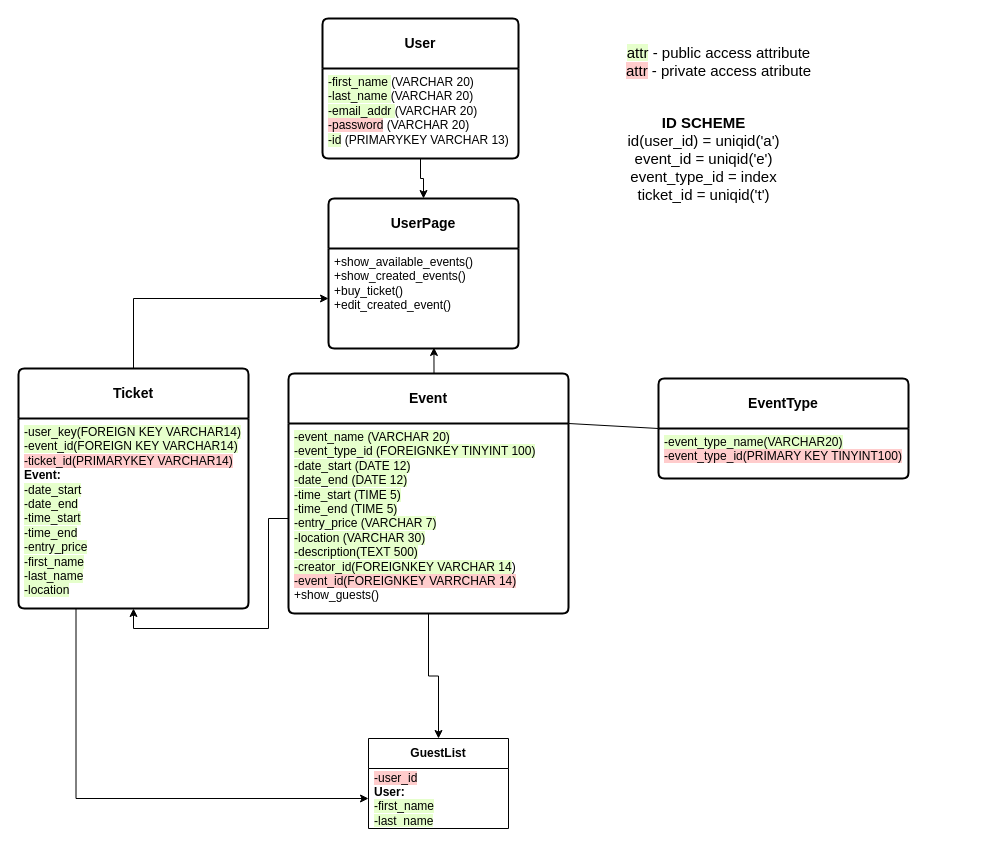
This is Class diagram(EventManager).drawio from DanMustDie/EventManager, a draw.io file, before an edit. Source tidied: cells renumbered, new cells numbered last; positions are measured from the earlier drawing's top-left corner, leaving out a move shared by most shapes. Both pictures are drawn from the tidied source at 100%, with x=0, y=0 at pixel (18, 18).
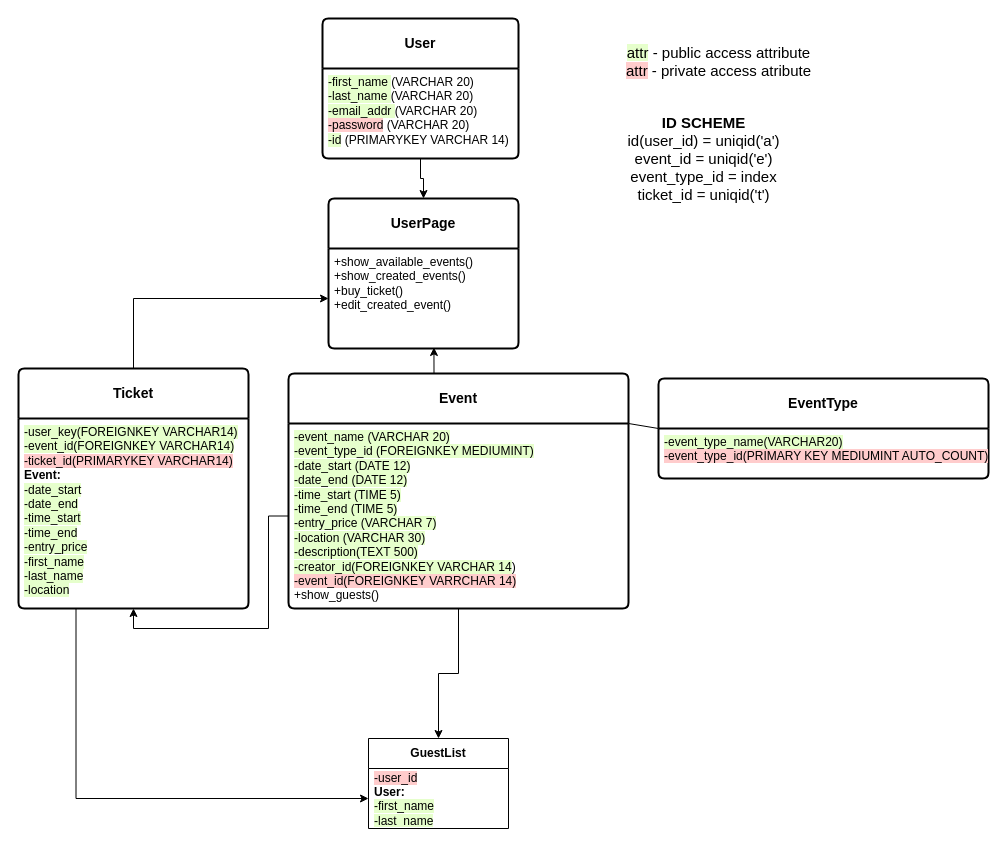
The same diagram, later.

Commit message (it also covers changes not shown here):
working event creator

Unchanged cells that the change refers to:
```xml
<mxCell id="5" value="&lt;b&gt;User&lt;/b&gt;" style="swimlane;horizontal=1;startSize=50;rounded=1;fontSize=14;fontStyle=0;strokeWidth=2;shadow=0;dashed=0;align=center;arcSize=4;whiteSpace=wrap;html=1;" parent="1" vertex="1">
  <mxGeometry x="304" width="196" height="140" as="geometry" />
</mxCell>
<mxCell id="11" value="&lt;b&gt;Ticket&lt;/b&gt;" style="swimlane;horizontal=1;startSize=50;rounded=1;fontSize=14;fontStyle=0;strokeWidth=2;shadow=0;dashed=0;align=center;arcSize=4;whiteSpace=wrap;html=1;" parent="1" vertex="1">
  <mxGeometry y="350" width="230" height="240" as="geometry" />
</mxCell>
```

What changed in the source:
```diff
@@
     <mxCell id="2" value="&lt;b&gt;Event&lt;/b&gt;" style="swimlane;horizontal=1;startSize=50;rounded=1;fontSize=14;fontStyle=0;strokeWidth=2;shadow=0;dashed=0;align=center;arcSize=4;whiteSpace=wrap;html=1;" parent="1" vertex="1">
-      <mxGeometry x="270" y="355" width="280" height="240" as="geometry" />
+      <mxGeometry x="270" y="355" width="340" height="235" as="geometry" />
     </mxCell>
-    <mxCell id="3" value="&lt;span style=&quot;background-color: rgb(230, 255, 204);&quot;&gt;-event_name (VARCHAR 20)&lt;/span&gt;&lt;div&gt;&lt;span style=&quot;background-color: rgb(230, 255, 204);&quot;&gt;-event_type_id&amp;nbsp;(FOREIGNKEY TINYINT 100)&lt;/span&gt;&lt;/div&gt;&lt;div&gt;&lt;span style=&quot;background-color: rgb(230, 255, 204);&quot;&gt;-date_start (DATE 12)&lt;/span&gt;&lt;/div&gt;&lt;div&gt;&lt;span style=&quot;background-color: rgb(230, 255, 204);&quot;&gt;-date_end (DATE 12)&lt;/span&gt;&lt;/div&gt;&lt;div&gt;&lt;span style=&quot;background-color: rgb(230, 255, 204);&quot;&gt;-time_start (TIME 5)&lt;/span&gt;&lt;/div&gt;&lt;div&gt;&lt;span style=&quot;background-color: rgb(230, 255, 204);&quot;&gt;-time_end (TIME 5)&lt;/span&gt;&lt;/div&gt;&lt;div&gt;&lt;span style=&quot;background-color: rgb(230, 255, 204);&quot;&gt;-entry_price (VARCHAR 7)&lt;/span&gt;&lt;/div&gt;&lt;div&gt;&lt;span style=&quot;background-color: rgb(230, 255, 204);&quot;&gt;-location (VARCHAR 30)&lt;/span&gt;&lt;/div&gt;&lt;div&gt;&lt;span style=&quot;background-color: rgb(230, 255, 204);&quot;&gt;-description(TEXT 500)&lt;/span&gt;&lt;/div&gt;&lt;div&gt;&lt;span style=&quot;background-color: rgb(230, 255, 204);&quot;&gt;-creator_id(FOREIGNKEY VARCHAR 14&lt;/span&gt;)&lt;/div&gt;&lt;div&gt;&lt;span style=&quot;background-color: rgb(255, 204, 204);&quot;&gt;-event_id(FOREIGNKEY VARRCHAR 14)&lt;/span&gt;&lt;/div&gt;&lt;div&gt;+show_guests()&lt;/div&gt;&lt;div&gt;&lt;br&gt;&lt;/div&gt;" style="align=left;strokeColor=none;fillColor=none;spacingLeft=4;fontSize=12;verticalAlign=top;html=1;" parent="2" vertex="1">
-      <mxGeometry y="50" width="280" height="190" as="geometry" />
+    <mxCell id="3" value="&lt;span style=&quot;background-color: rgb(230, 255, 204);&quot;&gt;-event_name (VARCHAR 20)&lt;/span&gt;&lt;div&gt;&lt;span style=&quot;background-color: rgb(230, 255, 204);&quot;&gt;-event_type_id&amp;nbsp;(FOREIGNKEY MEDIUMINT)&lt;/span&gt;&lt;/div&gt;&lt;div&gt;&lt;span style=&quot;background-color: rgb(230, 255, 204);&quot;&gt;-date_start (DATE 12)&lt;/span&gt;&lt;/div&gt;&lt;div&gt;&lt;span style=&quot;background-color: rgb(230, 255, 204);&quot;&gt;-date_end (DATE 12)&lt;/span&gt;&lt;/div&gt;&lt;div&gt;&lt;span style=&quot;background-color: rgb(230, 255, 204);&quot;&gt;-time_start (TIME 5)&lt;/span&gt;&lt;/div&gt;&lt;div&gt;&lt;span style=&quot;background-color: rgb(230, 255, 204);&quot;&gt;-time_end (TIME 5)&lt;/span&gt;&lt;/div&gt;&lt;div&gt;&lt;span style=&quot;background-color: rgb(230, 255, 204);&quot;&gt;-entry_price (VARCHAR 7)&lt;/span&gt;&lt;/div&gt;&lt;div&gt;&lt;span style=&quot;background-color: rgb(230, 255, 204);&quot;&gt;-location (VARCHAR 30)&lt;/span&gt;&lt;/div&gt;&lt;div&gt;&lt;span style=&quot;background-color: rgb(230, 255, 204);&quot;&gt;-description(TEXT 500)&lt;/span&gt;&lt;/div&gt;&lt;div&gt;&lt;span style=&quot;background-color: rgb(230, 255, 204);&quot;&gt;-creator_id(FOREIGNKEY VARCHAR 14&lt;/span&gt;)&lt;/div&gt;&lt;div&gt;&lt;span style=&quot;background-color: rgb(255, 204, 204);&quot;&gt;-event_id(FOREIGNKEY VARRCHAR 14)&lt;/span&gt;&lt;/div&gt;&lt;div&gt;+show_guests()&lt;/div&gt;&lt;div&gt;&lt;br&gt;&lt;/div&gt;" style="align=left;strokeColor=none;fillColor=none;spacingLeft=4;fontSize=12;verticalAlign=top;html=1;" parent="2" vertex="1">
+      <mxGeometry y="50" width="340" height="185" as="geometry" />
     </mxCell>
-    <mxCell id="4" style="ellipse;whiteSpace=wrap;html=1;" parent="2" vertex="1">
-      <mxGeometry y="240" width="280" as="geometry" />
-    </mxCell>
@@
-    <mxCell id="6" value="&lt;span style=&quot;background-color: rgb(230, 255, 204);&quot;&gt;-first_name &lt;/span&gt;&lt;span style=&quot;background-color: rgb(255, 255, 255);&quot;&gt;(VARCHAR 20)&lt;/span&gt;&lt;div&gt;&lt;span style=&quot;background-color: rgb(230, 255, 204);&quot;&gt;-last_name &lt;/span&gt;&lt;span style=&quot;background-color: rgb(255, 255, 255);&quot;&gt;(VARCHAR 20)&lt;/span&gt;&lt;/div&gt;&lt;div&gt;&lt;span style=&quot;background-color: rgb(230, 255, 204);&quot;&gt;-email_addr &lt;/span&gt;&lt;span style=&quot;background-color: rgb(255, 255, 255);&quot;&gt;(VARCHAR 20)&lt;/span&gt;&lt;div&gt;&lt;span style=&quot;background-color: rgb(255, 204, 204);&quot;&gt;-password&lt;/span&gt;&lt;span style=&quot;background-color: rgb(255, 255, 255);&quot;&gt; (VARCHAR 20)&lt;/span&gt;&lt;/div&gt;&lt;div&gt;&lt;span style=&quot;background-color: rgb(230, 255, 204);&quot;&gt;-id&lt;/span&gt;&lt;span style=&quot;background-color: rgb(255, 255, 255);&quot;&gt;&amp;nbsp;(PRIMARYKEY VARCHAR 13)&lt;/span&gt;&lt;br&gt;&lt;/div&gt;&lt;/div&gt;" style="align=left;strokeColor=none;fillColor=none;spacingLeft=4;fontSize=12;verticalAlign=top;html=1;" parent="5" vertex="1">
+    <mxCell id="6" value="&lt;span style=&quot;background-color: rgb(230, 255, 204);&quot;&gt;-first_name &lt;/span&gt;&lt;span style=&quot;background-color: rgb(255, 255, 255);&quot;&gt;(VARCHAR 20)&lt;/span&gt;&lt;div&gt;&lt;span style=&quot;background-color: rgb(230, 255, 204);&quot;&gt;-last_name &lt;/span&gt;&lt;span style=&quot;background-color: rgb(255, 255, 255);&quot;&gt;(VARCHAR 20)&lt;/span&gt;&lt;/div&gt;&lt;div&gt;&lt;span style=&quot;background-color: rgb(230, 255, 204);&quot;&gt;-email_addr &lt;/span&gt;&lt;span style=&quot;background-color: rgb(255, 255, 255);&quot;&gt;(VARCHAR 20)&lt;/span&gt;&lt;div&gt;&lt;span style=&quot;background-color: rgb(255, 204, 204);&quot;&gt;-password&lt;/span&gt;&lt;span style=&quot;background-color: rgb(255, 255, 255);&quot;&gt; (VARCHAR 20)&lt;/span&gt;&lt;/div&gt;&lt;div&gt;&lt;span style=&quot;background-color: rgb(230, 255, 204);&quot;&gt;-id&lt;/span&gt;&lt;span style=&quot;background-color: rgb(255, 255, 255);&quot;&gt;&amp;nbsp;(PRIMARYKEY VARCHAR 14&lt;/span&gt;&lt;span style=&quot;background-color: rgb(255, 255, 255);&quot;&gt;)&lt;/span&gt;&lt;/div&gt;&lt;/div&gt;" style="align=left;strokeColor=none;fillColor=none;spacingLeft=4;fontSize=12;verticalAlign=top;html=1;" parent="5" vertex="1">
       <mxGeometry y="50" width="196" height="90" as="geometry" />
     </mxCell>
     <mxCell id="7" value="&lt;b&gt;EventType&lt;/b&gt;" style="swimlane;horizontal=1;startSize=50;rounded=1;fontSize=14;fontStyle=0;strokeWidth=2;shadow=0;dashed=0;align=center;arcSize=4;whiteSpace=wrap;html=1;" parent="1" vertex="1">
-      <mxGeometry x="640" y="360" width="250" height="100" as="geometry" />
+      <mxGeometry x="640" y="360" width="330" height="100" as="geometry" />
     </mxCell>
-    <mxCell id="8" value="&lt;span style=&quot;background-color: rgb(230, 255, 204);&quot;&gt;-event_type_name(VARCHAR20)&lt;/span&gt;&lt;div&gt;&lt;span style=&quot;background-color: rgb(255, 204, 204);&quot;&gt;-event_type_id(PRIMARY KEY TINYINT100)&lt;/span&gt;&lt;/div&gt;" style="align=left;strokeColor=none;fillColor=none;spacingLeft=4;fontSize=12;verticalAlign=top;html=1;" parent="7" vertex="1">
-      <mxGeometry y="50" width="250" height="50" as="geometry" />
+    <mxCell id="8" value="&lt;span style=&quot;background-color: rgb(230, 255, 204);&quot;&gt;-event_type_name(VARCHAR20)&lt;/span&gt;&lt;div&gt;&lt;span style=&quot;background-color: rgb(255, 204, 204);&quot;&gt;-event_type_id(PRIMARY KEY MEDIUMINT AUTO_COUNT)&lt;/span&gt;&lt;/div&gt;" style="align=left;strokeColor=none;fillColor=none;spacingLeft=4;fontSize=12;verticalAlign=top;html=1;" parent="7" vertex="1">
+      <mxGeometry y="50" width="330" height="50" as="geometry" />
     </mxCell>
@@
-    <mxCell id="12" value="&lt;div&gt;&lt;span style=&quot;background-color: rgb(230, 255, 204);&quot;&gt;-user_key(FOREIGN KEY VARCHAR14)&lt;/span&gt;&lt;/div&gt;&lt;div&gt;&lt;span style=&quot;background-color: rgb(230, 255, 204);&quot;&gt;-event_id(FOREIGN KEY VARCHAR14)&lt;/span&gt;&lt;/div&gt;&lt;div&gt;&lt;span style=&quot;background-color: rgb(255, 204, 204);&quot;&gt;-ticket_id(PRIMARYKEY VARCHAR14)&lt;/span&gt;&lt;/div&gt;&lt;div&gt;&lt;span style=&quot;background-color: rgb(255, 255, 255);&quot;&gt;&lt;b&gt;Event:&lt;/b&gt;&lt;/span&gt;&lt;/div&gt;&lt;div&gt;&lt;span style=&quot;background-color: rgb(230, 255, 204);&quot;&gt;-date_start&lt;/span&gt;&lt;/div&gt;&lt;div&gt;&lt;span style=&quot;background-color: rgb(230, 255, 204);&quot;&gt;-date_end&lt;/span&gt;&lt;/div&gt;&lt;div&gt;&lt;span style=&quot;background-color: rgb(230, 255, 204);&quot;&gt;-time_start&lt;/span&gt;&lt;/div&gt;&lt;div&gt;&lt;span style=&quot;background-color: rgb(230, 255, 204);&quot;&gt;-time_end&lt;/span&gt;&lt;/div&gt;&lt;div&gt;&lt;span style=&quot;background-color: rgb(230, 255, 204);&quot;&gt;-entry_price&lt;/span&gt;&lt;/div&gt;&lt;div&gt;&lt;span style=&quot;background-color: rgb(230, 255, 204);&quot;&gt;-first_name&lt;/span&gt;&lt;/div&gt;&lt;div&gt;&lt;span style=&quot;background-color: rgb(230, 255, 204);&quot;&gt;-last_name&lt;/span&gt;&lt;/div&gt;&lt;div&gt;&lt;span style=&quot;background-color: rgb(230, 255, 204);&quot;&gt;-location&lt;/span&gt;&lt;/div&gt;" style="align=left;strokeColor=none;fillColor=none;spacingLeft=4;fontSize=12;verticalAlign=top;html=1;" parent="11" vertex="1">
+    <mxCell id="12" value="&lt;div&gt;&lt;span style=&quot;background-color: rgb(230, 255, 204);&quot;&gt;-user_key(FOREIGNKEY VARCHAR14)&lt;/span&gt;&lt;/div&gt;&lt;div&gt;&lt;span style=&quot;background-color: rgb(230, 255, 204);&quot;&gt;-event_id(FOREIGNKEY VARCHAR14)&lt;/span&gt;&lt;/div&gt;&lt;div&gt;&lt;span style=&quot;background-color: rgb(255, 204, 204);&quot;&gt;-ticket_id(PRIMARYKEY VARCHAR14)&lt;/span&gt;&lt;/div&gt;&lt;div&gt;&lt;span style=&quot;background-color: rgb(255, 255, 255);&quot;&gt;&lt;b&gt;Event:&lt;/b&gt;&lt;/span&gt;&lt;/div&gt;&lt;div&gt;&lt;span style=&quot;background-color: rgb(230, 255, 204);&quot;&gt;-date_start&lt;/span&gt;&lt;/div&gt;&lt;div&gt;&lt;span style=&quot;background-color: rgb(230, 255, 204);&quot;&gt;-date_end&lt;/span&gt;&lt;/div&gt;&lt;div&gt;&lt;span style=&quot;background-color: rgb(230, 255, 204);&quot;&gt;-time_start&lt;/span&gt;&lt;/div&gt;&lt;div&gt;&lt;span style=&quot;background-color: rgb(230, 255, 204);&quot;&gt;-time_end&lt;/span&gt;&lt;/div&gt;&lt;div&gt;&lt;span style=&quot;background-color: rgb(230, 255, 204);&quot;&gt;-entry_price&lt;/span&gt;&lt;/div&gt;&lt;div&gt;&lt;span style=&quot;background-color: rgb(230, 255, 204);&quot;&gt;-first_name&lt;/span&gt;&lt;/div&gt;&lt;div&gt;&lt;span style=&quot;background-color: rgb(230, 255, 204);&quot;&gt;-last_name&lt;/span&gt;&lt;/div&gt;&lt;div&gt;&lt;span style=&quot;background-color: rgb(230, 255, 204);&quot;&gt;-location&lt;/span&gt;&lt;/div&gt;" style="align=left;strokeColor=none;fillColor=none;spacingLeft=4;fontSize=12;verticalAlign=top;html=1;" parent="11" vertex="1">
       <mxGeometry y="50" width="230" height="190" as="geometry" />
     </mxCell>
```
